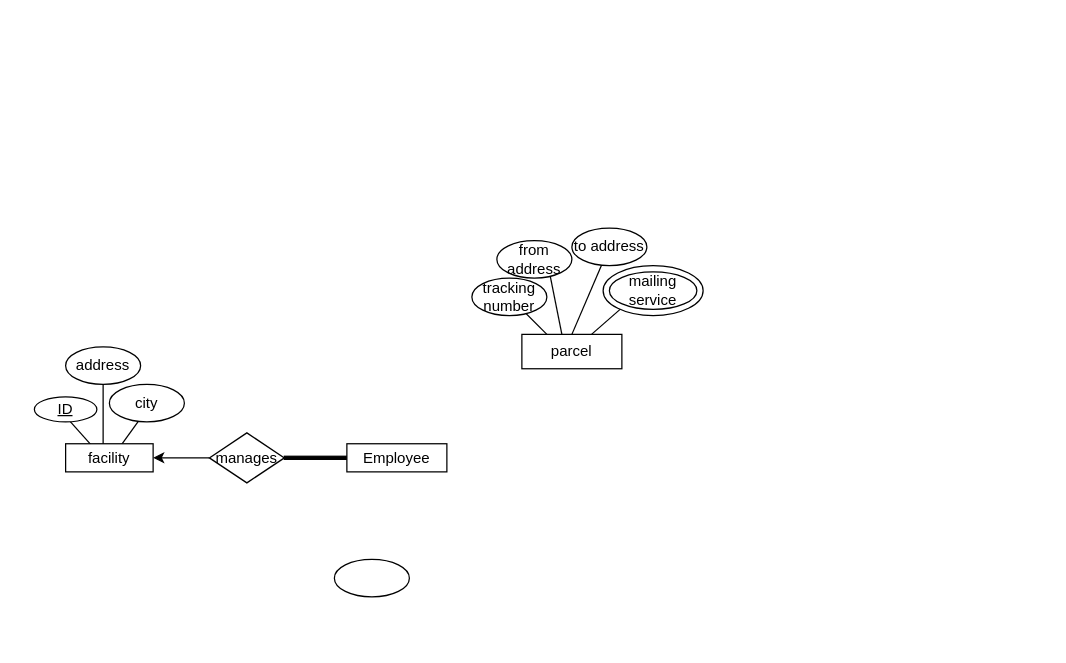
Ahmed-S7/Assignment_1 keeps this draw.io diagram as Assignment 1 ER Diagram.drawio. Above is the earlier version. Source tidied: cells renumbered, new cells numbered last; positions are measured from the earlier drawing's top-left corner, leaving out a move shared by most shapes. Both pictures are drawn from the tidied source at 125%, with x=0, y=0 at pixel (34, 228).
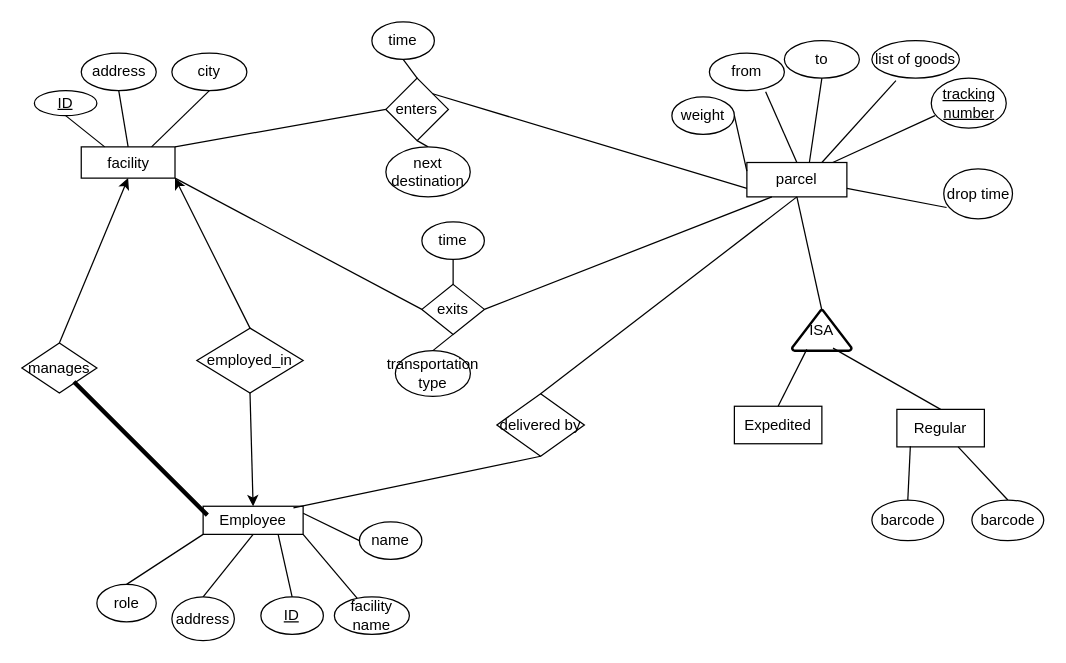
Above is the later version.

Diff of the diagram source:
```diff
@@
-    <mxCell id="2" style="rounded=0;jettySize=auto;html=1;elbow=vertical;exitX=0.286;exitY=0.022;exitDx=0;exitDy=0;exitPerimeter=0;" parent="1" edge="1" source="17">
-      <mxGeometry relative="1" as="geometry">
-        <mxPoint x="20" y="145" as="targetPoint" />
-      </mxGeometry>
-    </mxCell>
@@
-    <mxCell id="4" style="edgeStyle=none;rounded=0;jettySize=auto;html=1;exitX=0.429;exitY=0.111;exitDx=0;exitDy=0;exitPerimeter=0;" parent="1" edge="1" source="17">
-      <mxGeometry relative="1" as="geometry">
-        <mxPoint x="55" y="115" as="targetPoint" />
-      </mxGeometry>
-    </mxCell>
-    <mxCell id="5" style="edgeStyle=none;rounded=0;jettySize=auto;html=1;exitX=0.635;exitY=0.051;exitDx=0;exitDy=0;exitPerimeter=0;" parent="1" edge="1" source="17">
-      <mxGeometry relative="1" as="geometry">
-        <mxPoint x="90" y="145" as="targetPoint" />
-      </mxGeometry>
-    </mxCell>
@@
     <mxCell id="7" value="&lt;u&gt;ID&lt;/u&gt;" style="ellipse;whiteSpace=wrap;html=1;" parent="1" vertex="1">
-      <mxGeometry y="135" width="50" height="20" as="geometry" />
+      <mxGeometry y="-110" width="50" height="20" as="geometry" />
     </mxCell>
@@
     <mxCell id="9" value="city" style="ellipse;whiteSpace=wrap;html=1;" parent="1" vertex="1">
-      <mxGeometry x="60" y="125" width="60" height="30" as="geometry" />
+      <mxGeometry x="110" y="-140" width="60" height="30" as="geometry" />
     </mxCell>
     <mxCell id="10" value="address" style="ellipse;whiteSpace=wrap;html=1;" parent="1" vertex="1">
-      <mxGeometry x="25" y="95" width="60" height="30" as="geometry" />
+      <mxGeometry x="37.5" y="-140" width="60" height="30" as="geometry" />
     </mxCell>
-    <mxCell id="11" style="whiteSpace=fill;html=1;fillColor=#000000;strokeColor=#000000;" parent="1" vertex="1">
-      <mxGeometry x="200" y="182.5" width="50" height="2.5" as="geometry" />
-    </mxCell>
@@
     <mxCell id="13" value="Employee" style="whiteSpace=wrap;html=1;" parent="1" vertex="1">
-      <mxGeometry x="250" y="172.5" width="80" height="22.5" as="geometry" />
+      <mxGeometry x="135" y="222.5" width="80" height="22.5" as="geometry" />
     </mxCell>
-    <mxCell id="14" style="edgeStyle=none;rounded=0;jettySize=auto;html=1;exitX=1;exitY=0.5;exitDx=0;exitDy=0;" parent="1" edge="1" source="16">
-      <mxGeometry relative="1" as="geometry">
-        <mxPoint x="170" y="184" as="targetPoint" />
-      </mxGeometry>
-    </mxCell>
-    <mxCell id="15" style="edgeStyle=none;rounded=0;jettySize=auto;html=1;exitX=0;exitY=0.5;exitDx=0;exitDy=0;entryX=1;entryY=0.5;entryDx=0;entryDy=0;" parent="1" edge="1" source="16" target="17">
+    <mxCell id="15" style="edgeStyle=none;rounded=0;jettySize=auto;html=1;exitX=0.5;exitY=0;exitDx=0;exitDy=0;entryX=0.5;entryY=1;entryDx=0;entryDy=0;" parent="1" edge="1" source="16" target="17">
       <mxGeometry relative="1" as="geometry" />
     </mxCell>
     <mxCell id="16" value="manages" style="rhombus;whiteSpace=wrap;html=1;" parent="1" vertex="1">
-      <mxGeometry x="140" y="163.8" width="60" height="40" as="geometry" />
+      <mxGeometry x="-10" y="91.9" width="60" height="40" as="geometry" />
     </mxCell>
     <mxCell id="17" value="facility" style="whiteSpace=wrap;html=1;" parent="1" vertex="1">
-      <mxGeometry x="25" y="172.5" width="70" height="22.5" as="geometry" />
+      <mxGeometry x="37.5" y="-65" width="75" height="25" as="geometry" />
     </mxCell>
-    <mxCell id="18" style="edgeStyle=none;rounded=0;jettySize=auto;html=1;" parent="1" edge="1" source="22">
-      <mxGeometry relative="1" as="geometry">
-        <mxPoint x="480" y="55" as="targetPoint" />
-      </mxGeometry>
-    </mxCell>
-    <mxCell id="19" style="edgeStyle=none;rounded=0;jettySize=auto;html=1;exitX=0.25;exitY=0;exitDx=0;exitDy=0;" parent="1" edge="1" source="22">
-      <mxGeometry relative="1" as="geometry">
-        <mxPoint x="380" y="55" as="targetPoint" />
-      </mxGeometry>
-    </mxCell>
-    <mxCell id="20" style="edgeStyle=none;rounded=0;jettySize=auto;html=1;exitX=0.4;exitY=0;exitDx=0;exitDy=0;exitPerimeter=0;" parent="1" edge="1" source="22">
-      <mxGeometry relative="1" as="geometry">
-        <mxPoint x="410" y="25" as="targetPoint" />
-      </mxGeometry>
-    </mxCell>
-    <mxCell id="21" style="edgeStyle=none;rounded=0;jettySize=auto;html=1;exitX=0.5;exitY=0;exitDx=0;exitDy=0;" parent="1" edge="1" source="22">
-      <mxGeometry relative="1" as="geometry">
-        <mxPoint x="460" y="15" as="targetPoint" />
-      </mxGeometry>
-    </mxCell>
     <mxCell id="22" value="parcel" style="whiteSpace=wrap;html=1;" parent="1" vertex="1">
-      <mxGeometry x="390" y="85" width="80" height="27.5" as="geometry" />
+      <mxGeometry x="570" y="-52.5" width="80" height="27.5" as="geometry" />
     </mxCell>
-    <mxCell id="23" style="ellipse;whiteSpace=wrap;html=1;" parent="1" vertex="1">
-      <mxGeometry x="455" y="30" width="80" height="40" as="geometry" />
+    <mxCell id="23" value="list of goods" style="ellipse;whiteSpace=wrap;html=1;" parent="1" vertex="1">
+      <mxGeometry x="670" y="-150" width="70" height="30" as="geometry" />
     </mxCell>
-    <mxCell id="24" value="mailing service" style="ellipse;whiteSpace=wrap;html=1;" parent="1" vertex="1">
-      <mxGeometry x="460" y="35" width="70" height="30" as="geometry" />
-    </mxCell>
-    <mxCell id="25" style="ellipse;whiteSpace=wrap;html=1;" parent="1" vertex="1">
-      <mxGeometry x="240" y="265" width="60" height="30" as="geometry" />
-    </mxCell>
-    <mxCell id="26" value="to address" style="ellipse;whiteSpace=wrap;html=1;" parent="1" vertex="1">
-      <mxGeometry x="430" width="60" height="30" as="geometry" />
+    <mxCell id="26" value="to" style="ellipse;whiteSpace=wrap;html=1;" parent="1" vertex="1">
+      <mxGeometry x="600" y="-150" width="60" height="30" as="geometry" />
     </mxCell>
-    <mxCell id="27" value="from address" style="ellipse;whiteSpace=wrap;html=1;" parent="1" vertex="1">
-      <mxGeometry x="370" y="10" width="60" height="30" as="geometry" />
+    <mxCell id="27" value="from" style="ellipse;whiteSpace=wrap;html=1;" parent="1" vertex="1">
+      <mxGeometry x="540" y="-140" width="60" height="30" as="geometry" />
     </mxCell>
+    <mxCell id="11" style="whiteSpace=fill;html=1;fillColor=#000000;strokeColor=#000000;rotation=45;" parent="1" vertex="1">
+      <mxGeometry x="10" y="175" width="150" height="2.5" as="geometry" />
+    </mxCell>
+    <mxCell id="29" value="ISA" style="strokeWidth=2;html=1;shape=mxgraph.flowchart.extract_or_measurement;whiteSpace=wrap;" parent="1" vertex="1">
+      <mxGeometry x="606.2" y="65.5" width="47.5" height="32.5" as="geometry" />
+    </mxCell>
+    <mxCell id="30" value="Expedited" style="rounded=0;whiteSpace=wrap;html=1;" parent="1" vertex="1">
+      <mxGeometry x="560" y="142.5" width="70" height="30" as="geometry" />
+    </mxCell>
+    <mxCell id="31" value="Regular" style="rounded=0;whiteSpace=wrap;html=1;" parent="1" vertex="1">
+      <mxGeometry x="690" y="145" width="70" height="30" as="geometry" />
+    </mxCell>
+    <mxCell id="32" style="endArrow=none;html=1;rounded=0;exitX=0.5;exitY=0;exitDx=0;exitDy=0;entryX=0.5;entryY=1;entryDx=0;entryDy=0;" parent="1" edge="1" source="17" target="10">
+      <mxGeometry relative="1" as="geometry" />
+    </mxCell>
+    <mxCell id="33" style="endArrow=none;html=1;rounded=0;exitX=0.5;exitY=1;exitDx=0;exitDy=0;entryX=0.5;entryY=0;entryDx=0;entryDy=0;entryPerimeter=0;" parent="1" edge="1" source="22" target="29">
+      <mxGeometry relative="1" as="geometry" />
+    </mxCell>
+    <mxCell id="34" style="endArrow=none;html=1;rounded=0;entryX=0.275;entryY=1.067;entryDx=0;entryDy=0;exitX=0.75;exitY=0;exitDx=0;exitDy=0;entryPerimeter=0;" parent="1" edge="1" source="22" target="23">
+      <mxGeometry relative="1" as="geometry" />
+    </mxCell>
+    <mxCell id="35" style="endArrow=none;html=1;rounded=0;entryX=0.247;entryY=0.969;entryDx=0;entryDy=0;entryPerimeter=0;exitX=0.5;exitY=0;exitDx=0;exitDy=0;" parent="1" edge="1" source="30" target="29">
+      <mxGeometry relative="1" as="geometry" />
+    </mxCell>
+    <mxCell id="36" style="endArrow=none;html=1;rounded=0;exitX=0.625;exitY=0;exitDx=0;exitDy=0;exitPerimeter=0;entryX=0.5;entryY=1;entryDx=0;entryDy=0;" parent="1" edge="1" source="22" target="26">
+      <mxGeometry relative="1" as="geometry" />
+    </mxCell>
+    <mxCell id="37" style="endArrow=none;html=1;rounded=0;entryX=0.75;entryY=1.033;entryDx=0;entryDy=0;entryPerimeter=0;exitX=0.5;exitY=0;exitDx=0;exitDy=0;" parent="1" edge="1" source="22" target="27">
+      <mxGeometry relative="1" as="geometry" />
+    </mxCell>
+    <mxCell id="38" style="endArrow=none;html=1;rounded=0;entryX=0.5;entryY=0;entryDx=0;entryDy=0;exitX=0.689;exitY=0.938;exitDx=0;exitDy=0;exitPerimeter=0;" parent="1" edge="1" source="29" target="31">
+      <mxGeometry relative="1" as="geometry" />
+    </mxCell>
+    <mxCell id="39" style="endArrow=none;html=1;rounded=0;exitX=0.75;exitY=0;exitDx=0;exitDy=0;entryX=0.5;entryY=1;entryDx=0;entryDy=0;" parent="1" edge="1" source="17" target="9">
+      <mxGeometry relative="1" as="geometry" />
+    </mxCell>
+    <mxCell id="40" style="endArrow=none;html=1;rounded=0;exitX=0.25;exitY=0;exitDx=0;exitDy=0;entryX=0.5;entryY=1;entryDx=0;entryDy=0;" parent="1" edge="1" source="17" target="7">
+      <mxGeometry relative="1" as="geometry" />
+    </mxCell>
+    <mxCell id="41" value="drop time" style="ellipse;whiteSpace=wrap;html=1;" parent="1" vertex="1">
+      <mxGeometry x="727.5" y="-47.5" width="55" height="40" as="geometry" />
+    </mxCell>
+    <mxCell id="42" value="weight" style="ellipse;whiteSpace=wrap;html=1;" parent="1" vertex="1">
+      <mxGeometry x="510" y="-105" width="50" height="30" as="geometry" />
+    </mxCell>
-    <mxCell id="28" value="tracking number" style="ellipse;whiteSpace=wrap;html=1;" parent="1" vertex="1">
-      <mxGeometry x="350" y="40" width="60" height="30" as="geometry" />
+    <mxCell id="28" value="tracking number" style="ellipse;whiteSpace=wrap;html=1;strokeColor=default;align=center;verticalAlign=middle;fontFamily=Helvetica;fontSize=12;fontColor=default;fillColor=default;fontStyle=4;" parent="1" vertex="1">
+      <mxGeometry x="717.5" y="-120" width="60" height="40" as="geometry" />
     </mxCell>
+    <mxCell id="43" style="endArrow=none;html=1;rounded=0;fontFamily=Helvetica;fontSize=12;fontColor=default;exitX=1;exitY=0.5;exitDx=0;exitDy=0;entryX=0;entryY=0.25;entryDx=0;entryDy=0;" parent="1" edge="1" source="42" target="22">
+      <mxGeometry relative="1" as="geometry" />
+    </mxCell>
+    <mxCell id="44" style="endArrow=none;html=1;rounded=0;fontFamily=Helvetica;fontSize=12;fontColor=default;exitX=1;exitY=0.75;exitDx=0;exitDy=0;entryX=0.041;entryY=0.775;entryDx=0;entryDy=0;entryPerimeter=0;" parent="1" edge="1" source="22" target="41">
+      <mxGeometry relative="1" as="geometry" />
+    </mxCell>
+    <mxCell id="45" style="endArrow=none;html=1;rounded=0;fontFamily=Helvetica;fontSize=12;fontColor=default;exitX=0.05;exitY=0.75;exitDx=0;exitDy=0;exitPerimeter=0;entryX=0.859;entryY=0;entryDx=0;entryDy=0;entryPerimeter=0;" parent="1" edge="1" source="28" target="22">
+      <mxGeometry relative="1" as="geometry" />
+    </mxCell>
+    <mxCell id="46" style="edgeStyle=none;rounded=0;orthogonalLoop=1;jettySize=auto;html=1;exitX=0.5;exitY=1;exitDx=0;exitDy=0;fontFamily=Helvetica;fontSize=12;fontColor=default;" parent="1" edge="1" source="23" target="23">
+      <mxGeometry relative="1" as="geometry" />
+    </mxCell>
+    <mxCell id="47" style="endArrow=none;html=1;rounded=0;fontFamily=Helvetica;fontSize=12;fontColor=default;entryX=0;entryY=0.5;entryDx=0;entryDy=0;exitX=1;exitY=0;exitDx=0;exitDy=0;" parent="1" edge="1" source="17" target="48">
+      <mxGeometry relative="1" as="geometry" />
+    </mxCell>
+    <mxCell id="48" value="enters" style="rhombus;whiteSpace=wrap;html=1;strokeColor=default;align=center;verticalAlign=middle;fontFamily=Helvetica;fontSize=12;fontColor=default;fillColor=default;" parent="1" vertex="1">
+      <mxGeometry x="281.2" y="-120" width="50" height="50" as="geometry" />
+    </mxCell>
+    <mxCell id="49" style="endArrow=none;html=1;rounded=0;fontFamily=Helvetica;fontSize=12;fontColor=default;entryX=0;entryY=0.75;entryDx=0;entryDy=0;exitX=1;exitY=0;exitDx=0;exitDy=0;" parent="1" edge="1" source="48" target="22">
+      <mxGeometry relative="1" as="geometry" />
+    </mxCell>
+    <mxCell id="50" style="endArrow=none;html=1;rounded=0;fontFamily=Helvetica;fontSize=12;fontColor=default;exitX=0.5;exitY=0;exitDx=0;exitDy=0;entryX=0.5;entryY=1;entryDx=0;entryDy=0;" parent="1" edge="1" source="48" target="51">
+      <mxGeometry relative="1" as="geometry" />
+    </mxCell>
+    <mxCell id="51" value="time" style="ellipse;whiteSpace=wrap;html=1;strokeColor=default;align=center;verticalAlign=middle;fontFamily=Helvetica;fontSize=12;fontColor=default;fillColor=default;" parent="1" vertex="1">
+      <mxGeometry x="270" y="-165" width="50" height="30" as="geometry" />
+    </mxCell>
+    <mxCell id="52" style="endArrow=none;html=1;rounded=0;fontFamily=Helvetica;fontSize=12;fontColor=default;entryX=0.5;entryY=1;entryDx=0;entryDy=0;exitX=0.5;exitY=0;exitDx=0;exitDy=0;" parent="1" edge="1" source="53" target="48">
+      <mxGeometry relative="1" as="geometry" />
+    </mxCell>
+    <mxCell id="53" value="next destination" style="ellipse;whiteSpace=wrap;html=1;strokeColor=default;align=center;verticalAlign=middle;fontFamily=Helvetica;fontSize=12;fontColor=default;fillColor=default;" parent="1" vertex="1">
+      <mxGeometry x="281.2" y="-65" width="67.5" height="40" as="geometry" />
+    </mxCell>
+    <mxCell id="54" style="endArrow=none;html=1;rounded=0;fontFamily=Helvetica;fontSize=12;fontColor=default;exitX=1;exitY=1;exitDx=0;exitDy=0;entryX=0;entryY=0.5;entryDx=0;entryDy=0;" parent="1" edge="1" source="17" target="55">
+      <mxGeometry relative="1" as="geometry" />
+    </mxCell>
+    <mxCell id="55" value="exits" style="rhombus;whiteSpace=wrap;html=1;strokeColor=default;align=center;verticalAlign=middle;fontFamily=Helvetica;fontSize=12;fontColor=default;fillColor=default;" parent="1" vertex="1">
+      <mxGeometry x="310" y="45" width="50" height="40" as="geometry" />
+    </mxCell>
+    <mxCell id="56" style="endArrow=none;html=1;rounded=0;fontFamily=Helvetica;fontSize=12;fontColor=default;exitX=1;exitY=0.5;exitDx=0;exitDy=0;entryX=0.25;entryY=1;entryDx=0;entryDy=0;" parent="1" edge="1" source="55" target="22">
+      <mxGeometry relative="1" as="geometry" />
+    </mxCell>
+    <mxCell id="57" style="edgeStyle=none;rounded=0;orthogonalLoop=1;jettySize=auto;html=1;exitX=1;exitY=0.5;exitDx=0;exitDy=0;fontFamily=Helvetica;fontSize=12;fontColor=default;" parent="1" edge="1" source="53" target="53">
+      <mxGeometry relative="1" as="geometry" />
+    </mxCell>
+    <mxCell id="58" value="time" style="ellipse;whiteSpace=wrap;html=1;strokeColor=default;align=center;verticalAlign=middle;fontFamily=Helvetica;fontSize=12;fontColor=default;fillColor=default;" parent="1" vertex="1">
+      <mxGeometry x="310" y="-5" width="50" height="30" as="geometry" />
+    </mxCell>
+    <mxCell id="59" style="endArrow=none;html=1;rounded=0;fontFamily=Helvetica;fontSize=12;fontColor=default;exitX=0.5;exitY=1;exitDx=0;exitDy=0;entryX=0.5;entryY=0;entryDx=0;entryDy=0;" parent="1" edge="1" source="58" target="55">
+      <mxGeometry relative="1" as="geometry" />
+    </mxCell>
+    <mxCell id="60" style="endArrow=none;html=1;rounded=0;fontFamily=Helvetica;fontSize=12;fontColor=default;exitX=0.5;exitY=1;exitDx=0;exitDy=0;entryX=0.5;entryY=0;entryDx=0;entryDy=0;" parent="1" edge="1" source="55" target="61">
+      <mxGeometry relative="1" as="geometry" />
+    </mxCell>
+    <mxCell id="61" value="transportation type" style="ellipse;whiteSpace=wrap;html=1;strokeColor=default;align=center;verticalAlign=middle;fontFamily=Helvetica;fontSize=12;fontColor=default;fillColor=default;" parent="1" vertex="1">
+      <mxGeometry x="288.8" y="98" width="60" height="36.6" as="geometry" />
+    </mxCell>
+    <mxCell id="62" value="ID" style="ellipse;whiteSpace=wrap;html=1;strokeColor=default;align=center;verticalAlign=middle;fontFamily=Helvetica;fontSize=12;fontColor=default;fillColor=default;fontStyle=4;" parent="1" vertex="1">
+      <mxGeometry x="181.2" y="295" width="50" height="30" as="geometry" />
+    </mxCell>
+    <mxCell id="63" style="endArrow=none;html=1;rounded=0;fontFamily=Helvetica;fontSize=12;fontColor=default;exitX=0.75;exitY=1;exitDx=0;exitDy=0;entryX=0.5;entryY=0;entryDx=0;entryDy=0;" parent="1" edge="1" source="13" target="62">
+      <mxGeometry relative="1" as="geometry" />
+    </mxCell>
+    <mxCell id="64" value="name" style="ellipse;whiteSpace=wrap;html=1;strokeColor=default;align=center;verticalAlign=middle;fontFamily=Helvetica;fontSize=12;fontColor=default;fillColor=default;" parent="1" vertex="1">
+      <mxGeometry x="260" y="235" width="50" height="30" as="geometry" />
+    </mxCell>
+    <mxCell id="65" style="endArrow=none;html=1;rounded=0;fontFamily=Helvetica;fontSize=12;fontColor=default;exitX=1;exitY=0.25;exitDx=0;exitDy=0;entryX=0;entryY=0.5;entryDx=0;entryDy=0;" parent="1" edge="1" source="13" target="64">
+      <mxGeometry relative="1" as="geometry" />
+    </mxCell>
+    <mxCell id="66" style="endArrow=none;html=1;rounded=0;fontFamily=Helvetica;fontSize=12;fontColor=default;entryX=0.5;entryY=1;entryDx=0;entryDy=0;exitX=0.5;exitY=0;exitDx=0;exitDy=0;" parent="1" edge="1" source="67" target="13">
+      <mxGeometry relative="1" as="geometry" />
+    </mxCell>
+    <mxCell id="67" value="address" style="ellipse;whiteSpace=wrap;html=1;strokeColor=default;align=center;verticalAlign=middle;fontFamily=Helvetica;fontSize=12;fontColor=default;fillColor=default;" parent="1" vertex="1">
+      <mxGeometry x="110" y="295" width="50" height="35" as="geometry" />
+    </mxCell>
+    <mxCell id="68" style="endArrow=none;html=1;rounded=0;fontFamily=Helvetica;fontSize=12;fontColor=default;entryX=0.154;entryY=0.983;entryDx=0;entryDy=0;entryPerimeter=0;exitX=0.5;exitY=0;exitDx=0;exitDy=0;" parent="1" edge="1" source="69" target="31">
+      <mxGeometry relative="1" as="geometry" />
+    </mxCell>
+    <mxCell id="69" value="barcode" style="ellipse;whiteSpace=wrap;html=1;strokeColor=default;align=center;verticalAlign=middle;fontFamily=Helvetica;fontSize=12;fontColor=default;fillColor=default;" parent="1" vertex="1">
+      <mxGeometry x="670" y="217.5" width="57.5" height="32.5" as="geometry" />
+    </mxCell>
+    <mxCell id="70" style="endArrow=none;html=1;rounded=0;fontFamily=Helvetica;fontSize=12;fontColor=default;entryX=0.5;entryY=0;entryDx=0;entryDy=0;" parent="1" edge="1" source="31" target="71">
+      <mxGeometry relative="1" as="geometry" />
+    </mxCell>
+    <mxCell id="71" value="barcode" style="ellipse;whiteSpace=wrap;html=1;strokeColor=default;align=center;verticalAlign=middle;fontFamily=Helvetica;fontSize=12;fontColor=default;fillColor=default;" parent="1" vertex="1">
+      <mxGeometry x="750" y="217.5" width="57.5" height="32.5" as="geometry" />
+    </mxCell>
+    <mxCell id="72" style="endArrow=none;html=1;rounded=0;fontFamily=Helvetica;fontSize=12;fontColor=default;entryX=0.5;entryY=1;entryDx=0;entryDy=0;exitX=0.5;exitY=0;exitDx=0;exitDy=0;" parent="1" edge="1" source="73" target="22">
+      <mxGeometry relative="1" as="geometry" />
+    </mxCell>
+    <mxCell id="73" value="delivered by" style="rhombus;whiteSpace=wrap;html=1;strokeColor=default;align=center;verticalAlign=middle;fontFamily=Helvetica;fontSize=12;fontColor=default;fillColor=default;" parent="1" vertex="1">
+      <mxGeometry x="370" y="132.5" width="70" height="50" as="geometry" />
+    </mxCell>
+    <mxCell id="74" style="endArrow=none;html=1;rounded=0;fontFamily=Helvetica;fontSize=12;fontColor=default;exitX=0.5;exitY=1;exitDx=0;exitDy=0;entryX=0.903;entryY=0.056;entryDx=0;entryDy=0;entryPerimeter=0;" parent="1" edge="1" source="73" target="13">
+      <mxGeometry relative="1" as="geometry" />
+    </mxCell>
+    <mxCell id="75" style="edgeStyle=none;rounded=0;orthogonalLoop=1;jettySize=auto;html=1;exitX=1;exitY=0;exitDx=0;exitDy=0;fontFamily=Helvetica;fontSize=12;fontColor=default;" parent="1" edge="1" source="69" target="69">
+      <mxGeometry relative="1" as="geometry" />
+    </mxCell>
+    <mxCell id="76" value="employed_in" style="rhombus;whiteSpace=wrap;html=1;strokeColor=default;align=center;verticalAlign=middle;fontFamily=Helvetica;fontSize=12;fontColor=default;fillColor=default;" parent="1" vertex="1">
+      <mxGeometry x="130" y="80" width="85" height="51.9" as="geometry" />
+    </mxCell>
+    <mxCell id="77" style="endArrow=classic;html=1;rounded=0;fontFamily=Helvetica;fontSize=12;fontColor=default;exitX=0.5;exitY=1;exitDx=0;exitDy=0;entryX=0.5;entryY=0;entryDx=0;entryDy=0;" parent="1" edge="1" source="76" target="13">
+      <mxGeometry relative="1" as="geometry" />
+    </mxCell>
+    <mxCell id="78" style="endArrow=classic;html=1;rounded=0;fontFamily=Helvetica;fontSize=12;fontColor=default;exitX=0.5;exitY=0;exitDx=0;exitDy=0;entryX=1;entryY=1;entryDx=0;entryDy=0;" parent="1" edge="1" source="76" target="17">
+      <mxGeometry relative="1" as="geometry" />
+    </mxCell>
+    <mxCell id="79" style="endArrow=none;html=1;rounded=0;fontFamily=Helvetica;fontSize=12;fontColor=default;entryX=0;entryY=1;entryDx=0;entryDy=0;exitX=0.5;exitY=0;exitDx=0;exitDy=0;" parent="1" edge="1" source="80" target="13">
+      <mxGeometry relative="1" as="geometry" />
+    </mxCell>
+    <mxCell id="80" value="role" style="ellipse;whiteSpace=wrap;html=1;strokeColor=default;align=center;verticalAlign=middle;fontFamily=Helvetica;fontSize=12;fontColor=default;fillColor=default;" parent="1" vertex="1">
+      <mxGeometry x="50" y="285" width="47.5" height="30" as="geometry" />
+    </mxCell>
+    <mxCell id="81" style="endArrow=none;html=1;rounded=0;fontFamily=Helvetica;fontSize=12;fontColor=default;exitX=1;exitY=1;exitDx=0;exitDy=0;" parent="1" edge="1" source="13" target="82">
+      <mxGeometry relative="1" as="geometry" />
+    </mxCell>
+    <mxCell id="82" value="facility name" style="ellipse;whiteSpace=wrap;html=1;strokeColor=default;align=center;verticalAlign=middle;fontFamily=Helvetica;fontSize=12;fontColor=default;fillColor=default;" parent="1" vertex="1">
+      <mxGeometry x="240" y="295" width="60" height="30" as="geometry" />
+    </mxCell>
```
